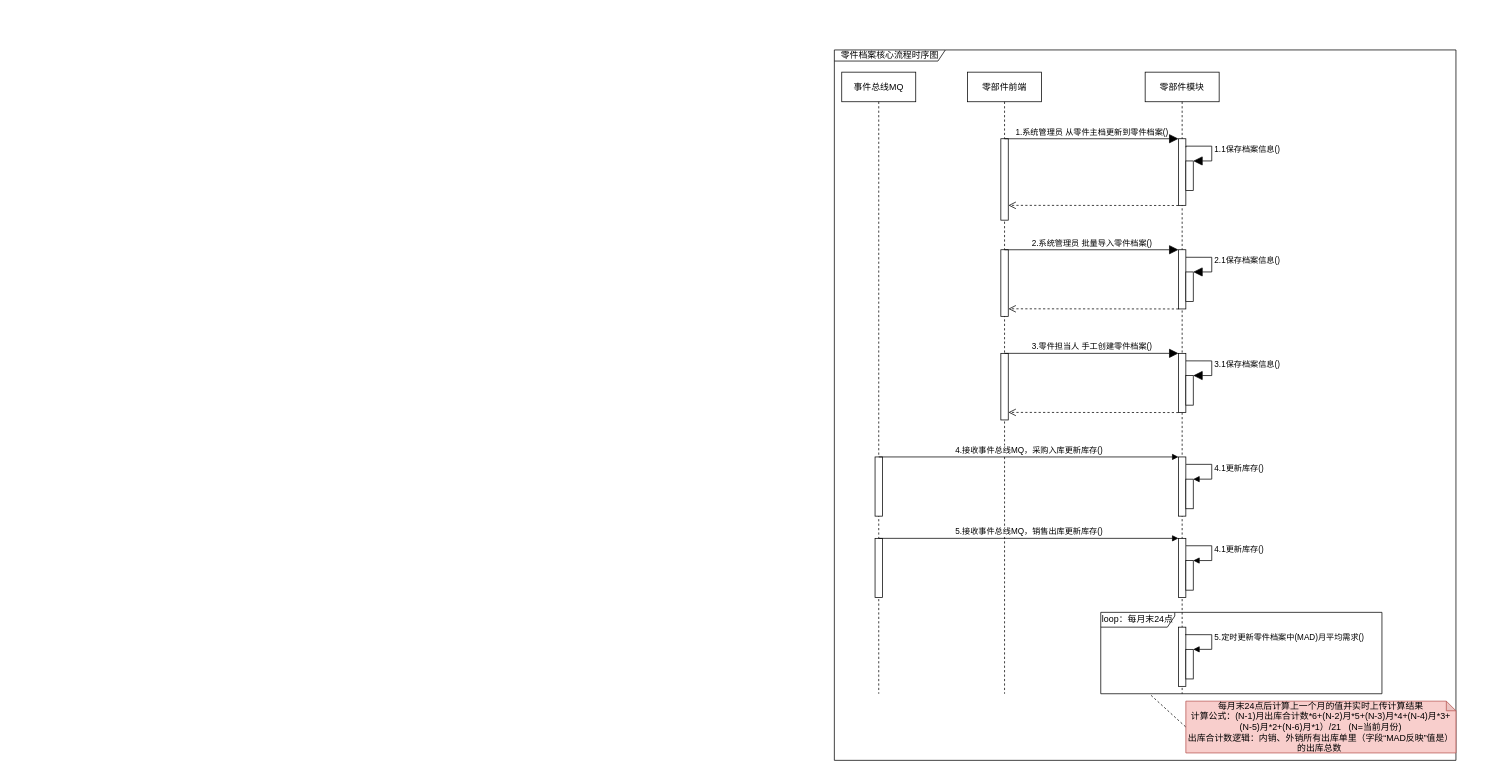
The draw.io diagram page "时序图" (1 of 5) of 库存管理-零件档案管理.drawio in 1132489442/gitRepository1, before the edit. Source tidied: cells renumbered, new cells numbered last; positions are measured from the earlier drawing's top-left corner, leaving out a move shared by most shapes. Both pictures are drawn from the tidied source at 74%, with x=0, y=0 at pixel (834, 50).
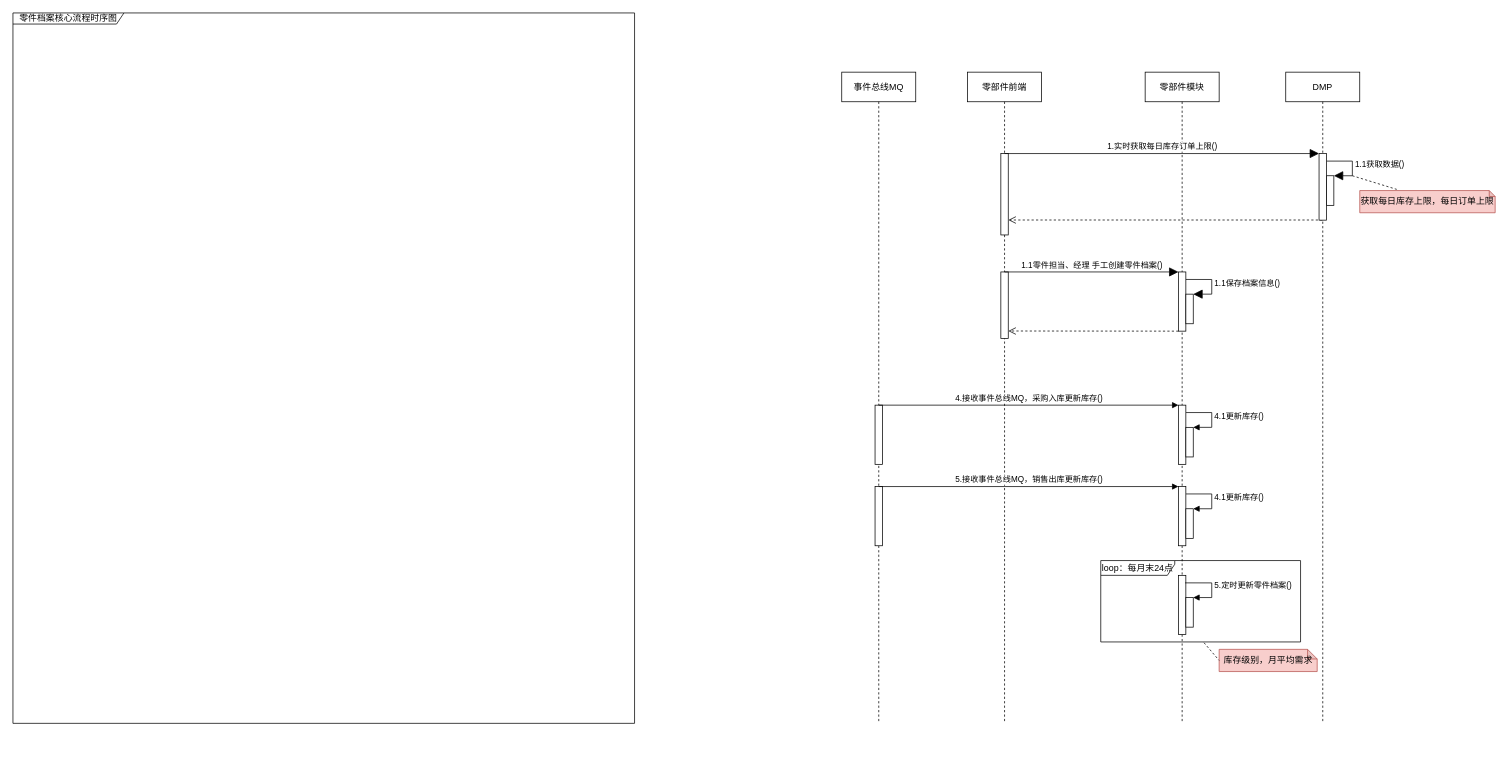
After the change.

What changed in the source:
```diff
@@
     <mxCell id="2" value="零部件前端" style="shape=umlLifeline;perimeter=lifelinePerimeter;whiteSpace=wrap;html=1;fillColor=#FFFFFF;" parent="1" vertex="1">
-      <mxGeometry x="180" y="30" width="100" height="840" as="geometry" />
+      <mxGeometry x="180" y="30" width="100" height="880" as="geometry" />
     </mxCell>
-    <mxCell id="3" style="html=1;perimeter=orthogonalPerimeter;fillColor=#FFFFFF;" parent="2" vertex="1">
-      <mxGeometry x="45" y="90" width="10" height="110" as="geometry" />
-    </mxCell>
     <mxCell id="4" value="零部件模块" style="shape=umlLifeline;perimeter=lifelinePerimeter;whiteSpace=wrap;html=1;fillColor=#FFFFFF;" parent="1" vertex="1">
-      <mxGeometry x="420" y="30" width="100" height="840" as="geometry" />
+      <mxGeometry x="420" y="30" width="100" height="880" as="geometry" />
     </mxCell>
-    <mxCell id="5" style="html=1;points=[];perimeter=orthogonalPerimeter;fillColor=#FFFFFF;" parent="4" vertex="1">
-      <mxGeometry x="45" y="90" width="10" height="90" as="geometry" />
-    </mxCell>
-    <mxCell id="6" style="html=1;points=[];perimeter=orthogonalPerimeter;fillColor=#FFFFFF;" parent="4" vertex="1">
-      <mxGeometry x="55" y="120" width="10" height="40" as="geometry" />
-    </mxCell>
-    <mxCell id="7" value="1.1保存档案信息()" style="edgeStyle=orthogonalEdgeStyle;html=1;align=left;spacingLeft=2;endArrow=block;rounded=0;entryX=1;entryY=0;endSize=10;exitX=1.015;exitY=0.127;exitDx=0;exitDy=0;exitPerimeter=0;" parent="4" edge="1" source="5" target="6">
-      <mxGeometry relative="1" as="geometry">
-        <Array as="points">
-          <mxPoint x="90" y="100" />
-          <mxPoint x="90" y="120" />
-        </Array>
-      </mxGeometry>
-    </mxCell>
     <mxCell id="8" style="html=1;points=[];perimeter=orthogonalPerimeter;fillColor=#FFFFFF;" parent="4" vertex="1">
-      <mxGeometry x="45" y="520" width="10" height="80" as="geometry" />
+      <mxGeometry x="45" y="450" width="10" height="80" as="geometry" />
     </mxCell>
     <mxCell id="9" style="html=1;points=[];perimeter=orthogonalPerimeter;fillColor=#FFFFFF;" parent="4" vertex="1">
-      <mxGeometry x="55" y="550" width="10" height="40" as="geometry" />
+      <mxGeometry x="55" y="480" width="10" height="40" as="geometry" />
     </mxCell>
     <mxCell id="10" value="4.1更新库存()" style="edgeStyle=orthogonalEdgeStyle;html=1;align=left;spacingLeft=2;endArrow=block;rounded=0;entryX=1;entryY=0;exitX=1.029;exitY=0.125;exitDx=0;exitDy=0;exitPerimeter=0;" parent="4" edge="1" source="8" target="9">
       <mxGeometry relative="1" as="geometry">
         <Array as="points">
-          <mxPoint x="90" y="530" />
-          <mxPoint x="90" y="550" />
+          <mxPoint x="90" y="460" />
+          <mxPoint x="90" y="480" />
         </Array>
       </mxGeometry>
     </mxCell>
     <mxCell id="11" style="html=1;points=[];perimeter=orthogonalPerimeter;fillColor=#FFFFFF;" parent="4" vertex="1">
-      <mxGeometry x="45" y="750" width="10" height="80" as="geometry" />
+      <mxGeometry x="45" y="680" width="10" height="80" as="geometry" />
     </mxCell>
     <mxCell id="12" style="html=1;points=[];perimeter=orthogonalPerimeter;fillColor=#FFFFFF;" parent="4" vertex="1">
-      <mxGeometry x="55" y="780" width="10" height="40" as="geometry" />
+      <mxGeometry x="55" y="710" width="10" height="40" as="geometry" />
     </mxCell>
-    <mxCell id="13" value="5.定时更新零件档案中(MAD)月平均需求()" style="edgeStyle=orthogonalEdgeStyle;html=1;align=left;spacingLeft=2;endArrow=block;rounded=0;entryX=1;entryY=0;exitX=0.904;exitY=0.127;exitDx=0;exitDy=0;exitPerimeter=0;" parent="4" edge="1" source="11" target="12">
+    <mxCell id="13" value="5.定时更新零件档案()" style="edgeStyle=orthogonalEdgeStyle;html=1;align=left;spacingLeft=2;endArrow=block;rounded=0;entryX=1;entryY=0;exitX=0.904;exitY=0.127;exitDx=0;exitDy=0;exitPerimeter=0;" parent="4" edge="1" source="11" target="12">
       <mxGeometry relative="1" as="geometry">
         <Array as="points">
-          <mxPoint x="90" y="760" />
-          <mxPoint x="90" y="780" />
+          <mxPoint x="90" y="690" />
+          <mxPoint x="90" y="710" />
         </Array>
       </mxGeometry>
     </mxCell>
-    <mxCell id="14" value="1.系统管理员 从零件主档更新到零件档案()" style="html=1;verticalAlign=bottom;endArrow=block;entryX=0;entryY=0;rounded=0;endSize=10;" parent="1" edge="1" target="5">
-      <mxGeometry relative="1" as="geometry">
-        <mxPoint x="230" y="120" as="sourcePoint" />
-      </mxGeometry>
-    </mxCell>
-    <mxCell id="15" style="html=1;verticalAlign=bottom;endArrow=open;dashed=1;endSize=8;exitX=0;exitY=0.95;rounded=0;entryX=1.017;entryY=0.948;entryDx=0;entryDy=0;entryPerimeter=0;" parent="1" edge="1">
-      <mxGeometry relative="1" as="geometry">
-        <mxPoint x="465" y="210.2" as="sourcePoint" />
-        <mxPoint x="235.2" y="210" as="targetPoint" />
-      </mxGeometry>
-    </mxCell>
     <mxCell id="16" style="html=1;perimeter=orthogonalPerimeter;fillColor=#FFFFFF;" parent="1" vertex="1">
-      <mxGeometry x="225" y="410" width="10" height="90" as="geometry" />
+      <mxGeometry x="225" y="300" width="10" height="90" as="geometry" />
     </mxCell>
     <mxCell id="17" style="html=1;points=[];perimeter=orthogonalPerimeter;fillColor=#FFFFFF;" parent="1" vertex="1">
-      <mxGeometry x="465" y="410" width="10" height="80" as="geometry" />
+      <mxGeometry x="465" y="300" width="10" height="80" as="geometry" />
     </mxCell>
     <mxCell id="18" style="html=1;points=[];perimeter=orthogonalPerimeter;fillColor=#FFFFFF;" parent="1" vertex="1">
-      <mxGeometry x="475" y="440" width="10" height="40" as="geometry" />
+      <mxGeometry x="475" y="330" width="10" height="40" as="geometry" />
     </mxCell>
-    <mxCell id="19" value="3.1保存档案信息()" style="edgeStyle=orthogonalEdgeStyle;html=1;align=left;spacingLeft=2;endArrow=block;rounded=0;entryX=1;entryY=0;endSize=10;exitX=1.015;exitY=0.127;exitDx=0;exitDy=0;exitPerimeter=0;" parent="1" edge="1" source="17" target="18">
+    <mxCell id="19" value="1.1保存档案信息()" style="edgeStyle=orthogonalEdgeStyle;html=1;align=left;spacingLeft=2;endArrow=block;rounded=0;entryX=1;entryY=0;endSize=10;exitX=1.015;exitY=0.127;exitDx=0;exitDy=0;exitPerimeter=0;" parent="1" edge="1" source="17" target="18">
       <mxGeometry relative="1" as="geometry">
         <Array as="points">
-          <mxPoint x="510" y="420" />
-          <mxPoint x="510" y="440" />
+          <mxPoint x="510" y="310" />
+          <mxPoint x="510" y="330" />
         </Array>
       </mxGeometry>
     </mxCell>
-    <mxCell id="20" value="3.零件担当人 手工创建零件档案()" style="html=1;verticalAlign=bottom;endArrow=block;entryX=0;entryY=0;rounded=0;endSize=10;" parent="1" edge="1" target="17">
+    <mxCell id="20" value="1.1零件担当、经理 手工创建零件档案()" style="html=1;verticalAlign=bottom;endArrow=block;entryX=0;entryY=0;rounded=0;endSize=10;" parent="1" edge="1" target="17">
       <mxGeometry relative="1" as="geometry">
-        <mxPoint x="230" y="410" as="sourcePoint" />
+        <mxPoint x="230" y="300" as="sourcePoint" />
       </mxGeometry>
     </mxCell>
     <mxCell id="21" style="html=1;verticalAlign=bottom;endArrow=open;dashed=1;endSize=8;exitX=0;exitY=0.95;rounded=0;entryX=1.017;entryY=0.948;entryDx=0;entryDy=0;entryPerimeter=0;" parent="1" edge="1">
       <mxGeometry relative="1" as="geometry">
-        <mxPoint x="465" y="490" as="sourcePoint" />
-        <mxPoint x="235.2" y="489.8" as="targetPoint" />
+        <mxPoint x="465" y="380" as="sourcePoint" />
+        <mxPoint x="235.2" y="379.8" as="targetPoint" />
       </mxGeometry>
     </mxCell>
     <mxCell id="22" value="零件档案核心流程时序图" style="shape=umlFrame;whiteSpace=wrap;html=1;fillColor=#FFFFFF;width=150;height=15;" parent="1" vertex="1">
-      <mxGeometry width="840" height="960" as="geometry" />
+      <mxGeometry x="-1110" y="-50" width="840" height="960" as="geometry" />
     </mxCell>
-    <mxCell id="23" style="html=1;perimeter=orthogonalPerimeter;fillColor=#FFFFFF;" parent="1" vertex="1">
-      <mxGeometry x="225" y="270" width="10" height="90" as="geometry" />
-    </mxCell>
-    <mxCell id="24" style="html=1;points=[];perimeter=orthogonalPerimeter;fillColor=#FFFFFF;" parent="1" vertex="1">
-      <mxGeometry x="465" y="270" width="10" height="80" as="geometry" />
-    </mxCell>
-    <mxCell id="25" style="html=1;points=[];perimeter=orthogonalPerimeter;fillColor=#FFFFFF;" parent="1" vertex="1">
-      <mxGeometry x="475" y="300" width="10" height="40" as="geometry" />
-    </mxCell>
-    <mxCell id="26" value="2.1保存档案信息()" style="edgeStyle=orthogonalEdgeStyle;html=1;align=left;spacingLeft=2;endArrow=block;rounded=0;entryX=1;entryY=0;endSize=10;exitX=1.015;exitY=0.127;exitDx=0;exitDy=0;exitPerimeter=0;" parent="1" edge="1" source="24" target="25">
-      <mxGeometry relative="1" as="geometry">
-        <Array as="points">
-          <mxPoint x="510" y="280" />
-          <mxPoint x="510" y="300" />
-        </Array>
-      </mxGeometry>
-    </mxCell>
-    <mxCell id="27" value="2.系统管理员 批量导入零件档案()" style="html=1;verticalAlign=bottom;endArrow=block;entryX=0;entryY=0;rounded=0;endSize=10;" parent="1" edge="1" target="24">
-      <mxGeometry relative="1" as="geometry">
-        <mxPoint x="230" y="270" as="sourcePoint" />
-      </mxGeometry>
-    </mxCell>
-    <mxCell id="28" style="html=1;verticalAlign=bottom;endArrow=open;dashed=1;endSize=8;exitX=0;exitY=0.95;rounded=0;entryX=1.017;entryY=0.948;entryDx=0;entryDy=0;entryPerimeter=0;" parent="1" edge="1">
-      <mxGeometry relative="1" as="geometry">
-        <mxPoint x="465" y="350" as="sourcePoint" />
-        <mxPoint x="235.2" y="349.8" as="targetPoint" />
-      </mxGeometry>
-    </mxCell>
     <mxCell id="29" value="事件总线MQ" style="shape=umlLifeline;perimeter=lifelinePerimeter;whiteSpace=wrap;html=1;fillColor=#FFFFFF;" parent="1" vertex="1">
-      <mxGeometry x="10" y="30" width="100" height="840" as="geometry" />
+      <mxGeometry x="10" y="30" width="100" height="880" as="geometry" />
     </mxCell>
     <mxCell id="30" style="html=1;perimeter=orthogonalPerimeter;fillColor=#FFFFFF;" parent="29" vertex="1">
-      <mxGeometry x="45" y="520" width="10" height="80" as="geometry" />
+      <mxGeometry x="45" y="450" width="10" height="80" as="geometry" />
     </mxCell>
     <mxCell id="31" value="4.接收事件总线MQ，采购入库更新库存()" style="html=1;verticalAlign=bottom;endArrow=block;entryX=0;entryY=0;rounded=0;" parent="1" edge="1" target="8">
       <mxGeometry relative="1" as="geometry">
-        <mxPoint x="60" y="550" as="sourcePoint" />
+        <mxPoint x="60" y="480" as="sourcePoint" />
       </mxGeometry>
     </mxCell>
     <mxCell id="32" style="html=1;points=[];perimeter=orthogonalPerimeter;fillColor=#FFFFFF;" parent="1" vertex="1">
-      <mxGeometry x="465" y="660" width="10" height="80" as="geometry" />
+      <mxGeometry x="465" y="590" width="10" height="80" as="geometry" />
     </mxCell>
     <mxCell id="33" style="html=1;points=[];perimeter=orthogonalPerimeter;fillColor=#FFFFFF;" parent="1" vertex="1">
-      <mxGeometry x="475" y="690" width="10" height="40" as="geometry" />
+      <mxGeometry x="475" y="620" width="10" height="40" as="geometry" />
     </mxCell>
     <mxCell id="34" value="4.1更新库存()" style="edgeStyle=orthogonalEdgeStyle;html=1;align=left;spacingLeft=2;endArrow=block;rounded=0;entryX=1;entryY=0;exitX=1.029;exitY=0.125;exitDx=0;exitDy=0;exitPerimeter=0;" parent="1" edge="1" source="32" target="33">
       <mxGeometry relative="1" as="geometry">
         <Array as="points">
-          <mxPoint x="510" y="670" />
-          <mxPoint x="510" y="690" />
+          <mxPoint x="510" y="600" />
+          <mxPoint x="510" y="620" />
         </Array>
       </mxGeometry>
     </mxCell>
     <mxCell id="35" style="html=1;perimeter=orthogonalPerimeter;fillColor=#FFFFFF;" parent="1" vertex="1">
-      <mxGeometry x="55" y="660" width="10" height="80" as="geometry" />
+      <mxGeometry x="55" y="590" width="10" height="80" as="geometry" />
     </mxCell>
     <mxCell id="36" value="5.接收事件总线MQ，销售出库更新库存()" style="html=1;verticalAlign=bottom;endArrow=block;entryX=0;entryY=0;rounded=0;" parent="1" edge="1" target="32">
       <mxGeometry relative="1" as="geometry">
-        <mxPoint x="60" y="660" as="sourcePoint" />
+        <mxPoint x="60" y="590" as="sourcePoint" />
       </mxGeometry>
     </mxCell>
     <mxCell id="37" value="loop：每月末24点" style="shape=umlFrame;whiteSpace=wrap;html=1;fillColor=#FFFFFF;width=100;height=20;" parent="1" vertex="1">
-      <mxGeometry x="360" y="760" width="380" height="110" as="geometry" />
+      <mxGeometry x="360" y="690" width="270" height="110" as="geometry" />
     </mxCell>
-    <mxCell id="38" value="每月末24点后计算上一个月的值并实时上传计算结果&lt;br&gt;计算公式：(N-1)月出库合计数*6+(N-2)月*5+(N-3)月*4+(N-4)月*3+(N-5)月*2+(N-6)月*1）/21&amp;nbsp; &amp;nbsp;(N=当前月份)&lt;br&gt;出库合计数逻辑：内销、外销所有出库单里（字段“MAD反映”值是）的出库总数&amp;nbsp;" style="shape=note;whiteSpace=wrap;html=1;backgroundOutline=1;darkOpacity=0.05;fillColor=#f8cecc;size=13;strokeColor=#b85450;" parent="1" vertex="1">
-      <mxGeometry x="475" y="880" width="365" height="70" as="geometry" />
+    <mxCell id="38" value="库存级别，月平均需求" style="shape=note;whiteSpace=wrap;html=1;backgroundOutline=1;darkOpacity=0.05;fillColor=#f8cecc;size=13;strokeColor=#b85450;" parent="1" vertex="1">
+      <mxGeometry x="520" y="810" width="132.5" height="30" as="geometry" />
     </mxCell>
-    <mxCell id="39" style="endArrow=none;dashed=1;html=1;rounded=0;entryX=0;entryY=0.5;entryDx=0;entryDy=0;entryPerimeter=0;exitX=0.179;exitY=1.02;exitDx=0;exitDy=0;exitPerimeter=0;" parent="1" edge="1" source="37" target="38">
+    <mxCell id="39" style="endArrow=none;dashed=1;html=1;rounded=0;entryX=0;entryY=0.5;entryDx=0;entryDy=0;entryPerimeter=0;exitX=0.517;exitY=1.01;exitDx=0;exitDy=0;exitPerimeter=0;" parent="1" edge="1" source="37" target="38">
       <mxGeometry relative="1" as="geometry" />
     </mxCell>
+    <mxCell id="40" style="html=1;perimeter=orthogonalPerimeter;fillColor=#FFFFFF;" parent="1" vertex="1">
+      <mxGeometry x="225" y="140" width="10" height="110" as="geometry" />
+    </mxCell>
+    <mxCell id="41" style="html=1;points=[];perimeter=orthogonalPerimeter;fillColor=#FFFFFF;" parent="1" vertex="1">
+      <mxGeometry x="665" y="170" width="10" height="40" as="geometry" />
+    </mxCell>
+    <mxCell id="42" value="1.1获取数据()" style="edgeStyle=orthogonalEdgeStyle;html=1;align=left;spacingLeft=2;endArrow=block;rounded=0;entryX=1;entryY=0;endSize=10;exitX=1.015;exitY=0.127;exitDx=0;exitDy=0;exitPerimeter=0;" parent="1" edge="1" target="41">
+      <mxGeometry relative="1" as="geometry">
+        <mxPoint x="665.2" y="150.2" as="sourcePoint" />
+        <Array as="points">
+          <mxPoint x="700" y="150" />
+          <mxPoint x="700" y="170" />
+        </Array>
+      </mxGeometry>
+    </mxCell>
+    <mxCell id="43" value="1.实时获取每日库存订单上限()" style="html=1;verticalAlign=bottom;endArrow=block;entryX=0;entryY=0;rounded=0;endSize=10;" parent="1" edge="1">
+      <mxGeometry relative="1" as="geometry">
+        <mxPoint x="230" y="140" as="sourcePoint" />
+        <mxPoint x="655" y="140" as="targetPoint" />
+      </mxGeometry>
+    </mxCell>
+    <mxCell id="44" style="html=1;verticalAlign=bottom;endArrow=open;dashed=1;endSize=8;rounded=0;entryX=1.017;entryY=0.948;entryDx=0;entryDy=0;entryPerimeter=0;" parent="1" edge="1">
+      <mxGeometry relative="1" as="geometry">
+        <mxPoint x="659.5" y="229.8" as="sourcePoint" />
+        <mxPoint x="235.2" y="229.8" as="targetPoint" />
+      </mxGeometry>
+    </mxCell>
+    <mxCell id="45" value="DMP" style="shape=umlLifeline;perimeter=lifelinePerimeter;whiteSpace=wrap;html=1;fillColor=#FFFFFF;" parent="1" vertex="1">
+      <mxGeometry x="610" y="30" width="100" height="880" as="geometry" />
+    </mxCell>
+    <mxCell id="46" style="html=1;perimeter=orthogonalPerimeter;fillColor=#FFFFFF;" parent="1" vertex="1">
+      <mxGeometry x="655" y="140" width="10" height="90" as="geometry" />
+    </mxCell>
+    <mxCell id="47" value="获取每日库存上限，每日订单上限" style="shape=note;whiteSpace=wrap;html=1;backgroundOutline=1;darkOpacity=0.05;fillColor=#f8cecc;strokeColor=#b85450;size=8;" parent="1" vertex="1">
+      <mxGeometry x="710" y="190" width="183" height="30" as="geometry" />
+    </mxCell>
+    <mxCell id="48" style="endArrow=none;dashed=1;html=1;rounded=0;fontColor=#393939;entryX=0.273;entryY=-0.053;entryDx=0;entryDy=0;entryPerimeter=0;" parent="1" edge="1" target="47">
+      <mxGeometry relative="1" as="geometry">
+        <mxPoint x="700" y="170" as="sourcePoint" />
+      </mxGeometry>
+    </mxCell>
```
